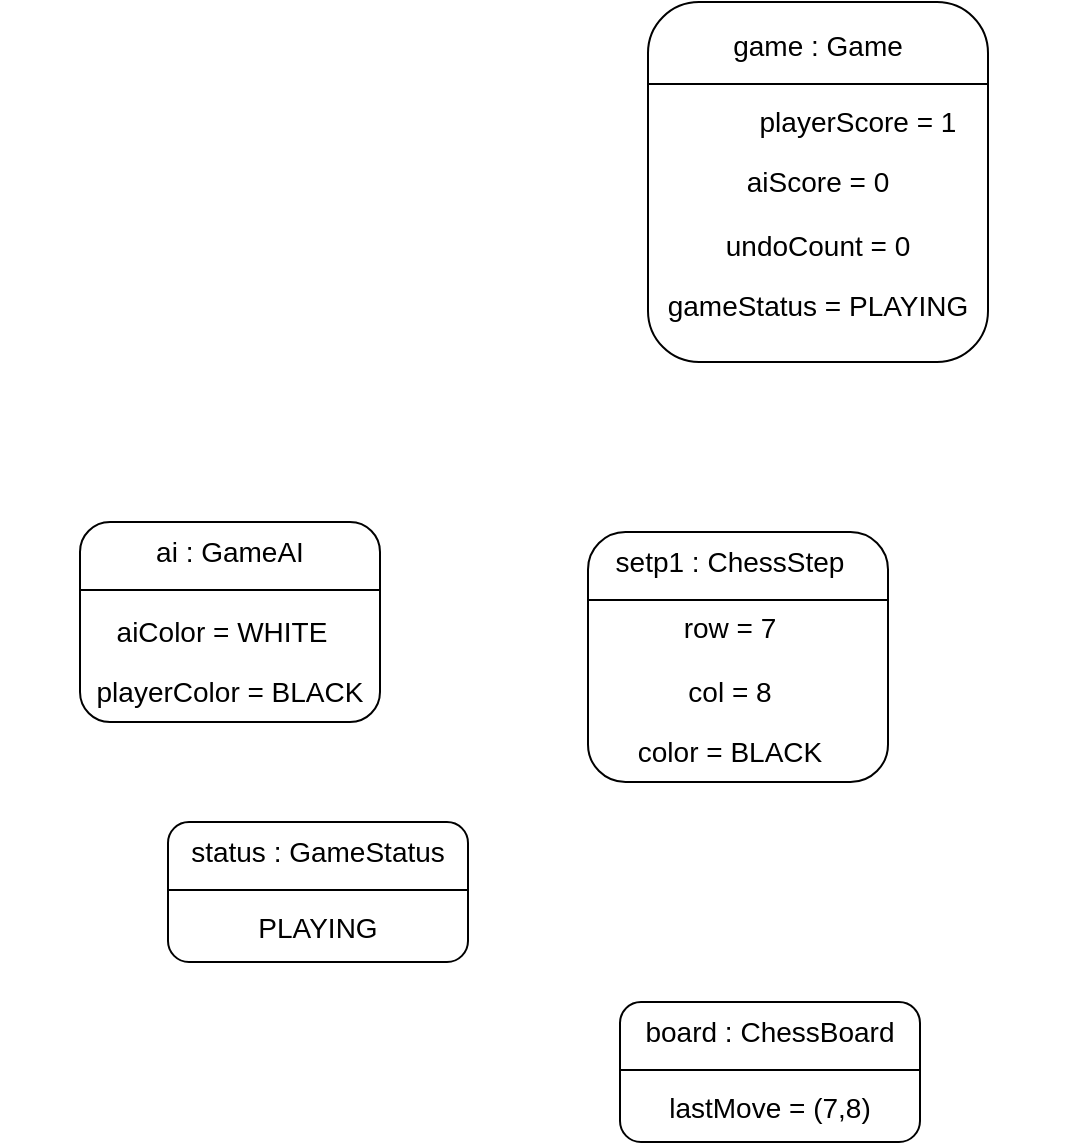
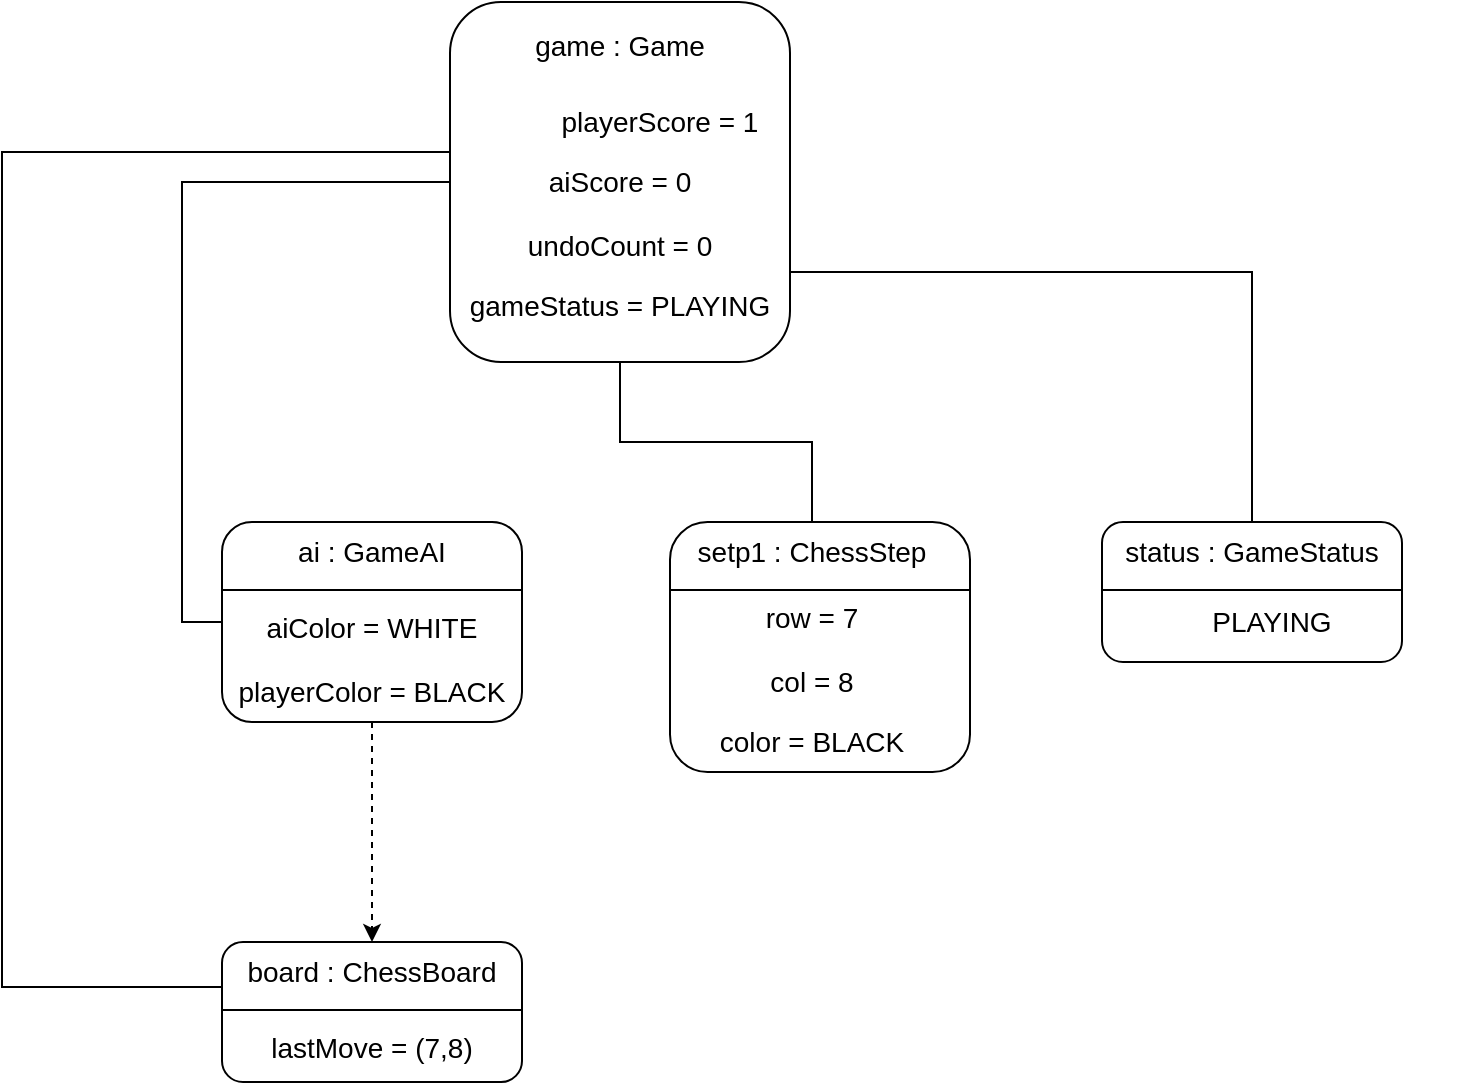
<mxfile host="app.diagrams.net">
  <diagram name="Page-1" id="0ReAsvqA7detj-B-9dcy">
-     <mxGraphModel dx="816" dy="851" grid="1" gridSize="10" guides="1" tooltips="1" connect="1" arrows="1" fold="1" page="1" pageScale="1" pageWidth="827" pageHeight="1169" math="0" shadow="0">
+     <mxGraphModel dx="1201" dy="859" grid="1" gridSize="10" guides="1" tooltips="1" connect="1" arrows="1" fold="1" page="1" pageScale="1" pageWidth="827" pageHeight="1169" math="0" shadow="0">
      <root>
        <mxCell id="0" />
        <mxCell id="1" parent="0" />
-         <mxCell id="SbXvcZRWJQVZtiNrkdkc-1" parent="1" style="rounded=1;whiteSpace=wrap;html=1;" value="" vertex="1">
-           <mxGeometry height="180" width="170" x="324" y="60" as="geometry" />
-         </mxCell>
-         <mxCell id="SbXvcZRWJQVZtiNrkdkc-3" parent="1" style="text;html=1;whiteSpace=wrap;strokeColor=none;fillColor=none;align=center;verticalAlign=middle;rounded=0;" value="&lt;font style=&quot;font-size: 14px;&quot;&gt;game : Game&lt;/font&gt;" vertex="1">
-           <mxGeometry height="30" width="90" x="364" y="67" as="geometry" />
-         </mxCell>
-         <mxCell id="SbXvcZRWJQVZtiNrkdkc-4" parent="1" style="text;html=1;whiteSpace=wrap;strokeColor=none;fillColor=none;align=center;verticalAlign=middle;rounded=0;" value="&lt;font style=&quot;font-size: 14px;&quot;&gt;playerScore = 1&lt;/font&gt;" vertex="1">
-           <mxGeometry height="30" width="210" x="324" y="105" as="geometry" />
-         </mxCell>
-         <mxCell id="SbXvcZRWJQVZtiNrkdkc-5" parent="1" style="text;html=1;whiteSpace=wrap;strokeColor=none;fillColor=none;align=center;verticalAlign=middle;rounded=0;" value="&lt;font style=&quot;font-size: 14px;&quot;&gt;aiScore = 0&lt;/font&gt;" vertex="1">
-           <mxGeometry height="30" width="230" x="294" y="135" as="geometry" />
-         </mxCell>
-         <mxCell id="SbXvcZRWJQVZtiNrkdkc-6" parent="1" style="text;html=1;whiteSpace=wrap;strokeColor=none;fillColor=none;align=center;verticalAlign=middle;rounded=0;" value="&lt;font style=&quot;font-size: 14px;&quot;&gt;undoCount = 0&lt;/font&gt;" vertex="1">
-           <mxGeometry height="30" width="230" x="294" y="167" as="geometry" />
-         </mxCell>
-         <mxCell id="SbXvcZRWJQVZtiNrkdkc-8" parent="1" style="text;html=1;whiteSpace=wrap;strokeColor=none;fillColor=none;align=center;verticalAlign=middle;rounded=0;" value="&lt;font style=&quot;font-size: 14px;&quot;&gt;gameStatus = PLAYING&lt;/font&gt;" vertex="1">
-           <mxGeometry height="30" width="230" x="294" y="197" as="geometry" />
-         </mxCell>
        <mxCell id="SbXvcZRWJQVZtiNrkdkc-9" parent="1" style="rounded=1;whiteSpace=wrap;html=1;" value="" vertex="1">
-           <mxGeometry height="100" width="150" x="40" y="320" as="geometry" />
+           <mxGeometry height="100" width="150" x="190" y="575" as="geometry" />
        </mxCell>
        <mxCell id="SbXvcZRWJQVZtiNrkdkc-10" parent="1" style="line;strokeWidth=1;fillColor=none;align=left;verticalAlign=middle;spacingTop=-1;spacingLeft=3;spacingRight=3;rotatable=0;labelPosition=right;points=[];portConstraint=eastwest;strokeColor=inherit;" value="" vertex="1">
-           <mxGeometry height="8" width="150" x="40" y="350" as="geometry" />
+           <mxGeometry height="8" width="150" x="190" y="605" as="geometry" />
+         </mxCell>
+         <mxCell id="SbXvcZRWJQVZtiNrkdkc-20" parent="1" style="rounded=1;whiteSpace=wrap;html=1;" value="" vertex="1">
+           <mxGeometry height="125" width="150" x="414" y="575" as="geometry" />
+         </mxCell>
+         <mxCell id="SbXvcZRWJQVZtiNrkdkc-21" parent="1" style="line;strokeWidth=1;fillColor=none;align=left;verticalAlign=middle;spacingTop=-1;spacingLeft=3;spacingRight=3;rotatable=0;labelPosition=right;points=[];portConstraint=eastwest;strokeColor=inherit;" value="" vertex="1">
+           <mxGeometry height="8" width="150" x="414" y="605" as="geometry" />
+         </mxCell>
+         <mxCell id="SbXvcZRWJQVZtiNrkdkc-22" parent="1" style="text;html=1;whiteSpace=wrap;strokeColor=none;fillColor=none;align=center;verticalAlign=middle;rounded=0;" value="&lt;span style=&quot;font-size: 14px;&quot;&gt;setp1 : ChessStep&lt;/span&gt;" vertex="1">
+           <mxGeometry height="30" width="150" x="410" y="575" as="geometry" />
+         </mxCell>
+         <mxCell id="SbXvcZRWJQVZtiNrkdkc-23" parent="1" style="text;html=1;whiteSpace=wrap;strokeColor=none;fillColor=none;align=center;verticalAlign=middle;rounded=0;" value="&lt;span style=&quot;font-size: 14px;&quot;&gt;row = 7&lt;/span&gt;" vertex="1">
+           <mxGeometry height="30" width="210" x="380" y="608" as="geometry" />
+         </mxCell>
+         <mxCell id="SbXvcZRWJQVZtiNrkdkc-24" parent="1" style="text;html=1;whiteSpace=wrap;strokeColor=none;fillColor=none;align=center;verticalAlign=middle;rounded=0;" value="&lt;font style=&quot;font-size: 14px;&quot;&gt;col = 8&lt;/font&gt;" vertex="1">
+           <mxGeometry height="30" width="230" x="370" y="640" as="geometry" />
+         </mxCell>
+         <mxCell id="SbXvcZRWJQVZtiNrkdkc-26" parent="1" style="text;html=1;whiteSpace=wrap;strokeColor=none;fillColor=none;align=center;verticalAlign=middle;rounded=0;" value="&lt;font style=&quot;font-size: 14px;&quot;&gt;color = BLACK&lt;/font&gt;" vertex="1">
+           <mxGeometry height="30" width="230" x="370" y="670" as="geometry" />
+         </mxCell>
+         <mxCell id="SbXvcZRWJQVZtiNrkdkc-28" parent="1" style="rounded=1;whiteSpace=wrap;html=1;" value="" vertex="1">
+           <mxGeometry height="70" width="150" x="630" y="575" as="geometry" />
+         </mxCell>
+         <mxCell id="SbXvcZRWJQVZtiNrkdkc-29" parent="1" style="line;strokeWidth=1;fillColor=none;align=left;verticalAlign=middle;spacingTop=-1;spacingLeft=3;spacingRight=3;rotatable=0;labelPosition=right;points=[];portConstraint=eastwest;strokeColor=inherit;" value="" vertex="1">
+           <mxGeometry height="8" width="150" x="630" y="605" as="geometry" />
+         </mxCell>
+         <mxCell id="SbXvcZRWJQVZtiNrkdkc-30" parent="1" style="text;html=1;whiteSpace=wrap;strokeColor=none;fillColor=none;align=center;verticalAlign=middle;rounded=0;" value="&lt;span style=&quot;font-size: 14px;&quot;&gt;status : GameStatus&lt;/span&gt;" vertex="1">
+           <mxGeometry height="30" width="150" x="630" y="575" as="geometry" />
+         </mxCell>
+         <mxCell id="SbXvcZRWJQVZtiNrkdkc-31" parent="1" style="text;html=1;whiteSpace=wrap;strokeColor=none;fillColor=none;align=center;verticalAlign=middle;rounded=0;" value="&lt;span style=&quot;font-size: 14px;&quot;&gt;PLAYING&lt;/span&gt;" vertex="1">
+           <mxGeometry height="30" width="210" x="610" y="610" as="geometry" />
+         </mxCell>
+         <mxCell id="SbXvcZRWJQVZtiNrkdkc-32" parent="1" style="rounded=1;whiteSpace=wrap;html=1;" value="" vertex="1">
+           <mxGeometry height="70" width="150" x="190" y="785" as="geometry" />
+         </mxCell>
+         <mxCell id="SbXvcZRWJQVZtiNrkdkc-33" parent="1" style="line;strokeWidth=1;fillColor=none;align=left;verticalAlign=middle;spacingTop=-1;spacingLeft=3;spacingRight=3;rotatable=0;labelPosition=right;points=[];portConstraint=eastwest;strokeColor=inherit;" value="" vertex="1">
+           <mxGeometry height="8" width="150" x="190" y="815" as="geometry" />
+         </mxCell>
+         <mxCell id="SbXvcZRWJQVZtiNrkdkc-34" parent="1" style="text;html=1;whiteSpace=wrap;strokeColor=none;fillColor=none;align=center;verticalAlign=middle;rounded=0;" value="&lt;span style=&quot;font-size: 14px;&quot;&gt;board : ChessBoard&lt;/span&gt;" vertex="1">
+           <mxGeometry height="30" width="150" x="190" y="785" as="geometry" />
+         </mxCell>
+         <mxCell id="SbXvcZRWJQVZtiNrkdkc-35" parent="1" style="text;html=1;whiteSpace=wrap;strokeColor=none;fillColor=none;align=center;verticalAlign=middle;rounded=0;" value="&lt;span style=&quot;font-size: 14px;&quot;&gt;lastMove = (7,8)&lt;/span&gt;" vertex="1">
+           <mxGeometry height="30" width="210" x="160" y="823" as="geometry" />
+         </mxCell>
+         <mxCell id="SbXvcZRWJQVZtiNrkdkc-36" connectable="0" parent="1" style="group" value="" vertex="1">
+           <mxGeometry height="180" width="240" x="274" y="315" as="geometry" />
+         </mxCell>
+         <mxCell id="SbXvcZRWJQVZtiNrkdkc-1" parent="SbXvcZRWJQVZtiNrkdkc-36" style="rounded=1;whiteSpace=wrap;html=1;" value="" vertex="1">
+           <mxGeometry height="180" width="170" x="30" as="geometry" />
+         </mxCell>
+         <mxCell id="SbXvcZRWJQVZtiNrkdkc-3" parent="SbXvcZRWJQVZtiNrkdkc-36" style="text;html=1;whiteSpace=wrap;strokeColor=none;fillColor=none;align=center;verticalAlign=middle;rounded=0;" value="&lt;font style=&quot;font-size: 14px;&quot;&gt;game : Game&lt;/font&gt;" vertex="1">
+           <mxGeometry height="30" width="90" x="70" y="7" as="geometry" />
+         </mxCell>
+         <mxCell id="SbXvcZRWJQVZtiNrkdkc-4" parent="SbXvcZRWJQVZtiNrkdkc-36" style="text;html=1;whiteSpace=wrap;strokeColor=none;fillColor=none;align=center;verticalAlign=middle;rounded=0;" value="&lt;font style=&quot;font-size: 14px;&quot;&gt;playerScore = 1&lt;/font&gt;" vertex="1">
+           <mxGeometry height="30" width="210" x="30" y="45" as="geometry" />
+         </mxCell>
+         <mxCell id="SbXvcZRWJQVZtiNrkdkc-5" parent="SbXvcZRWJQVZtiNrkdkc-36" style="text;html=1;whiteSpace=wrap;strokeColor=none;fillColor=none;align=center;verticalAlign=middle;rounded=0;" value="&lt;font style=&quot;font-size: 14px;&quot;&gt;aiScore = 0&lt;/font&gt;" vertex="1">
+           <mxGeometry height="30" width="230" y="75" as="geometry" />
+         </mxCell>
+         <mxCell id="SbXvcZRWJQVZtiNrkdkc-6" parent="SbXvcZRWJQVZtiNrkdkc-36" style="text;html=1;whiteSpace=wrap;strokeColor=none;fillColor=none;align=center;verticalAlign=middle;rounded=0;" value="&lt;font style=&quot;font-size: 14px;&quot;&gt;undoCount = 0&lt;/font&gt;" vertex="1">
+           <mxGeometry height="30" width="230" y="107" as="geometry" />
+         </mxCell>
+         <mxCell id="SbXvcZRWJQVZtiNrkdkc-8" parent="SbXvcZRWJQVZtiNrkdkc-36" style="text;html=1;whiteSpace=wrap;strokeColor=none;fillColor=none;align=center;verticalAlign=middle;rounded=0;" value="&lt;font style=&quot;font-size: 14px;&quot;&gt;gameStatus = PLAYING&lt;/font&gt;" vertex="1">
+           <mxGeometry height="30" width="230" y="137" as="geometry" />
+         </mxCell>
+         <mxCell id="SbXvcZRWJQVZtiNrkdkc-16" parent="SbXvcZRWJQVZtiNrkdkc-36" style="line;strokeWidth=1;fillColor=none;align=left;verticalAlign=middle;spacingTop=-1;spacingLeft=3;spacingRight=3;rotatable=0;labelPosition=right;points=[];portConstraint=eastwest;strokeColor=inherit;" value="" vertex="1">
+           <mxGeometry height="8" width="170" x="30" y="37" as="geometry" />
+         </mxCell>
+         <mxCell id="SbXvcZRWJQVZtiNrkdkc-12" parent="1" style="text;html=1;whiteSpace=wrap;strokeColor=none;fillColor=none;align=center;verticalAlign=middle;rounded=0;" value="&lt;span style=&quot;font-size: 14px;&quot;&gt;aiColor = WHITE&lt;/span&gt;" vertex="1">
+           <mxGeometry height="30" width="210" x="160" y="613" as="geometry" />
+         </mxCell>
+         <mxCell id="SbXvcZRWJQVZtiNrkdkc-43" edge="1" parent="1" source="SbXvcZRWJQVZtiNrkdkc-13" style="edgeStyle=orthogonalEdgeStyle;rounded=0;orthogonalLoop=1;jettySize=auto;html=1;exitX=0.5;exitY=1;exitDx=0;exitDy=0;entryX=0.5;entryY=0;entryDx=0;entryDy=0;dashed=1;" target="SbXvcZRWJQVZtiNrkdkc-34">
+           <mxGeometry relative="1" as="geometry" />
+         </mxCell>
+         <mxCell id="SbXvcZRWJQVZtiNrkdkc-13" parent="1" style="text;html=1;whiteSpace=wrap;strokeColor=none;fillColor=none;align=center;verticalAlign=middle;rounded=0;" value="&lt;font style=&quot;font-size: 14px;&quot;&gt;playerColor = BLACK&lt;/font&gt;" vertex="1">
+           <mxGeometry height="30" width="230" x="150" y="645" as="geometry" />
        </mxCell>
        <mxCell id="SbXvcZRWJQVZtiNrkdkc-11" parent="1" style="text;html=1;whiteSpace=wrap;strokeColor=none;fillColor=none;align=center;verticalAlign=middle;rounded=0;" value="&lt;span style=&quot;font-size: 14px;&quot;&gt;ai : GameAI&lt;/span&gt;" vertex="1">
-           <mxGeometry height="30" width="90" x="70" y="320" as="geometry" />
+           <mxGeometry height="30" width="90" x="220" y="575" as="geometry" />
        </mxCell>
-         <mxCell id="SbXvcZRWJQVZtiNrkdkc-12" parent="1" style="text;html=1;whiteSpace=wrap;strokeColor=none;fillColor=none;align=center;verticalAlign=middle;rounded=0;" value="&lt;span style=&quot;font-size: 14px;&quot;&gt;aiColor = WHITE&lt;/span&gt;" vertex="1">
-           <mxGeometry height="30" width="210" x="6" y="360" as="geometry" />
+         <mxCell id="SbXvcZRWJQVZtiNrkdkc-39" edge="1" parent="1" source="SbXvcZRWJQVZtiNrkdkc-4" style="edgeStyle=orthogonalEdgeStyle;rounded=0;orthogonalLoop=1;jettySize=auto;html=1;exitX=0;exitY=1;exitDx=0;exitDy=0;entryX=0;entryY=0.75;entryDx=0;entryDy=0;endArrow=none;endFill=0;" target="SbXvcZRWJQVZtiNrkdkc-34">
+           <mxGeometry relative="1" as="geometry">
+             <Array as="points">
+               <mxPoint x="80" y="390" />
+               <mxPoint x="80" y="808" />
+             </Array>
+           </mxGeometry>
        </mxCell>
-         <mxCell id="SbXvcZRWJQVZtiNrkdkc-13" parent="1" style="text;html=1;whiteSpace=wrap;strokeColor=none;fillColor=none;align=center;verticalAlign=middle;rounded=0;" value="&lt;font style=&quot;font-size: 14px;&quot;&gt;playerColor = BLACK&lt;/font&gt;" vertex="1">
-           <mxGeometry height="30" width="230" y="390" as="geometry" />
+         <mxCell id="SbXvcZRWJQVZtiNrkdkc-40" edge="1" parent="1" source="SbXvcZRWJQVZtiNrkdkc-1" style="edgeStyle=orthogonalEdgeStyle;rounded=0;orthogonalLoop=1;jettySize=auto;html=1;exitX=0;exitY=0.5;exitDx=0;exitDy=0;entryX=0;entryY=0.5;entryDx=0;entryDy=0;endArrow=none;endFill=0;" target="SbXvcZRWJQVZtiNrkdkc-9">
+           <mxGeometry relative="1" as="geometry" />
        </mxCell>
-         <mxCell id="SbXvcZRWJQVZtiNrkdkc-16" parent="1" style="line;strokeWidth=1;fillColor=none;align=left;verticalAlign=middle;spacingTop=-1;spacingLeft=3;spacingRight=3;rotatable=0;labelPosition=right;points=[];portConstraint=eastwest;strokeColor=inherit;" value="" vertex="1">
-           <mxGeometry height="8" width="170" x="324" y="97" as="geometry" />
+         <mxCell id="SbXvcZRWJQVZtiNrkdkc-41" edge="1" parent="1" source="SbXvcZRWJQVZtiNrkdkc-1" style="edgeStyle=orthogonalEdgeStyle;rounded=0;orthogonalLoop=1;jettySize=auto;html=1;exitX=0.5;exitY=1;exitDx=0;exitDy=0;entryX=0.5;entryY=0;entryDx=0;entryDy=0;endArrow=none;endFill=0;" target="SbXvcZRWJQVZtiNrkdkc-22">
+           <mxGeometry relative="1" as="geometry" />
        </mxCell>
-         <mxCell id="SbXvcZRWJQVZtiNrkdkc-20" parent="1" style="rounded=1;whiteSpace=wrap;html=1;" value="" vertex="1">
-           <mxGeometry height="125" width="150" x="294" y="325" as="geometry" />
-         </mxCell>
-         <mxCell id="SbXvcZRWJQVZtiNrkdkc-21" parent="1" style="line;strokeWidth=1;fillColor=none;align=left;verticalAlign=middle;spacingTop=-1;spacingLeft=3;spacingRight=3;rotatable=0;labelPosition=right;points=[];portConstraint=eastwest;strokeColor=inherit;" value="" vertex="1">
-           <mxGeometry height="8" width="150" x="294" y="355" as="geometry" />
-         </mxCell>
-         <mxCell id="SbXvcZRWJQVZtiNrkdkc-22" parent="1" style="text;html=1;whiteSpace=wrap;strokeColor=none;fillColor=none;align=center;verticalAlign=middle;rounded=0;" value="&lt;span style=&quot;font-size: 14px;&quot;&gt;setp1 : ChessStep&lt;/span&gt;" vertex="1">
-           <mxGeometry height="30" width="150" x="290" y="325" as="geometry" />
-         </mxCell>
-         <mxCell id="SbXvcZRWJQVZtiNrkdkc-23" parent="1" style="text;html=1;whiteSpace=wrap;strokeColor=none;fillColor=none;align=center;verticalAlign=middle;rounded=0;" value="&lt;span style=&quot;font-size: 14px;&quot;&gt;row = 7&lt;/span&gt;" vertex="1">
-           <mxGeometry height="30" width="210" x="260" y="358" as="geometry" />
-         </mxCell>
-         <mxCell id="SbXvcZRWJQVZtiNrkdkc-24" parent="1" style="text;html=1;whiteSpace=wrap;strokeColor=none;fillColor=none;align=center;verticalAlign=middle;rounded=0;" value="&lt;font style=&quot;font-size: 14px;&quot;&gt;col = 8&lt;/font&gt;" vertex="1">
-           <mxGeometry height="30" width="230" x="250" y="390" as="geometry" />
-         </mxCell>
-         <mxCell id="SbXvcZRWJQVZtiNrkdkc-26" parent="1" style="text;html=1;whiteSpace=wrap;strokeColor=none;fillColor=none;align=center;verticalAlign=middle;rounded=0;" value="&lt;font style=&quot;font-size: 14px;&quot;&gt;color = BLACK&lt;/font&gt;" vertex="1">
-           <mxGeometry height="30" width="230" x="250" y="420" as="geometry" />
-         </mxCell>
-         <mxCell id="SbXvcZRWJQVZtiNrkdkc-28" parent="1" style="rounded=1;whiteSpace=wrap;html=1;" value="" vertex="1">
-           <mxGeometry height="70" width="150" x="84" y="470" as="geometry" />
-         </mxCell>
-         <mxCell id="SbXvcZRWJQVZtiNrkdkc-29" parent="1" style="line;strokeWidth=1;fillColor=none;align=left;verticalAlign=middle;spacingTop=-1;spacingLeft=3;spacingRight=3;rotatable=0;labelPosition=right;points=[];portConstraint=eastwest;strokeColor=inherit;" value="" vertex="1">
-           <mxGeometry height="8" width="150" x="84" y="500" as="geometry" />
-         </mxCell>
-         <mxCell id="SbXvcZRWJQVZtiNrkdkc-30" parent="1" style="text;html=1;whiteSpace=wrap;strokeColor=none;fillColor=none;align=center;verticalAlign=middle;rounded=0;" value="&lt;span style=&quot;font-size: 14px;&quot;&gt;status : GameStatus&lt;/span&gt;" vertex="1">
-           <mxGeometry height="30" width="150" x="84" y="470" as="geometry" />
-         </mxCell>
-         <mxCell id="SbXvcZRWJQVZtiNrkdkc-31" parent="1" style="text;html=1;whiteSpace=wrap;strokeColor=none;fillColor=none;align=center;verticalAlign=middle;rounded=0;" value="&lt;span style=&quot;font-size: 14px;&quot;&gt;PLAYING&lt;/span&gt;" vertex="1">
-           <mxGeometry height="30" width="210" x="54" y="508" as="geometry" />
-         </mxCell>
-         <mxCell id="SbXvcZRWJQVZtiNrkdkc-32" parent="1" style="rounded=1;whiteSpace=wrap;html=1;" value="" vertex="1">
-           <mxGeometry height="70" width="150" x="310" y="560" as="geometry" />
-         </mxCell>
-         <mxCell id="SbXvcZRWJQVZtiNrkdkc-33" parent="1" style="line;strokeWidth=1;fillColor=none;align=left;verticalAlign=middle;spacingTop=-1;spacingLeft=3;spacingRight=3;rotatable=0;labelPosition=right;points=[];portConstraint=eastwest;strokeColor=inherit;" value="" vertex="1">
-           <mxGeometry height="8" width="150" x="310" y="590" as="geometry" />
-         </mxCell>
-         <mxCell id="SbXvcZRWJQVZtiNrkdkc-34" parent="1" style="text;html=1;whiteSpace=wrap;strokeColor=none;fillColor=none;align=center;verticalAlign=middle;rounded=0;" value="&lt;span style=&quot;font-size: 14px;&quot;&gt;board : ChessBoard&lt;/span&gt;" vertex="1">
-           <mxGeometry height="30" width="150" x="310" y="560" as="geometry" />
-         </mxCell>
-         <mxCell id="SbXvcZRWJQVZtiNrkdkc-35" parent="1" style="text;html=1;whiteSpace=wrap;strokeColor=none;fillColor=none;align=center;verticalAlign=middle;rounded=0;" value="&lt;span style=&quot;font-size: 14px;&quot;&gt;lastMove = (7,8)&lt;/span&gt;" vertex="1">
-           <mxGeometry height="30" width="210" x="280" y="598" as="geometry" />
+         <mxCell id="SbXvcZRWJQVZtiNrkdkc-42" edge="1" parent="1" source="SbXvcZRWJQVZtiNrkdkc-1" style="edgeStyle=orthogonalEdgeStyle;rounded=0;orthogonalLoop=1;jettySize=auto;html=1;exitX=1;exitY=0.75;exitDx=0;exitDy=0;entryX=0.5;entryY=0;entryDx=0;entryDy=0;endArrow=none;endFill=0;" target="SbXvcZRWJQVZtiNrkdkc-30">
+           <mxGeometry relative="1" as="geometry" />
        </mxCell>
      </root>
    </mxGraphModel>
  </diagram>
</mxfile>
